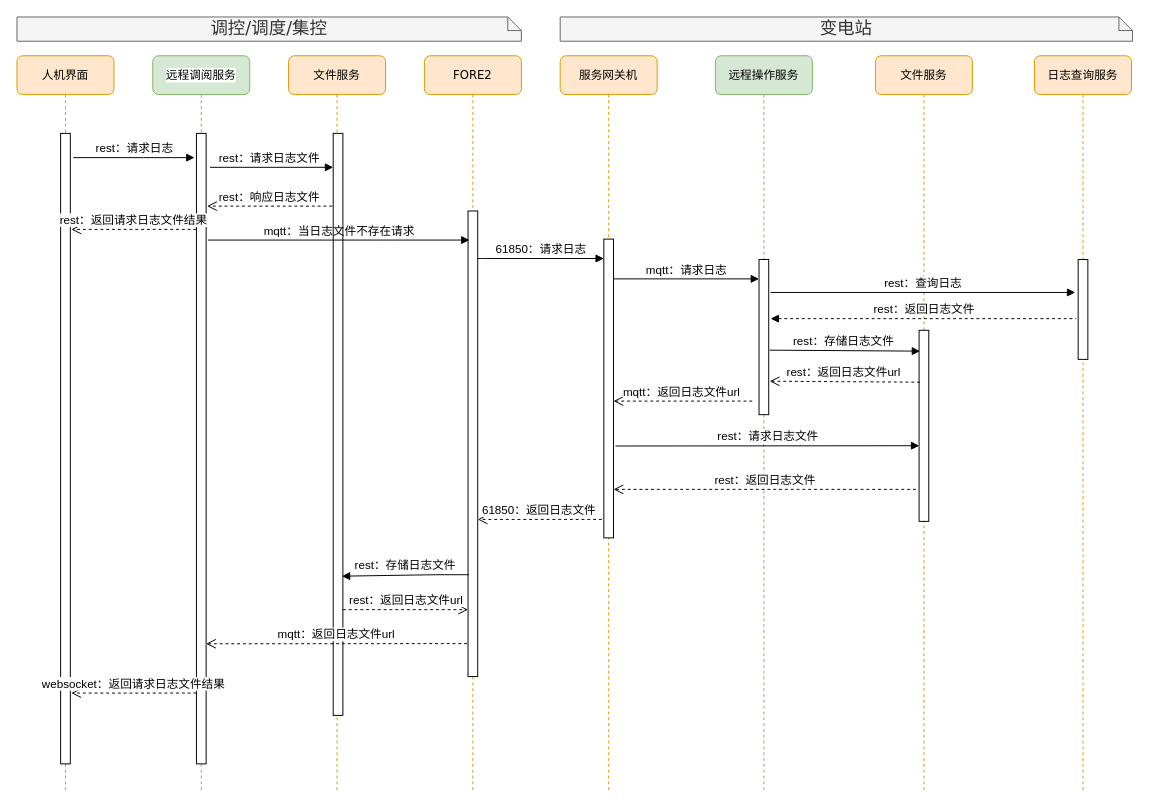
Before: page "故障分析报告调阅" (4 of 4) of 远程服务.drawio in qwe995272801/taowenxiang, a draw.io diagram. Source tidied: cells renumbered, new cells numbered last; positions are measured from the earlier drawing's top-left corner, leaving out a move shared by most shapes. Both pictures are drawn from the tidied source at 97%, with x=0, y=0 at pixel (16, 16).
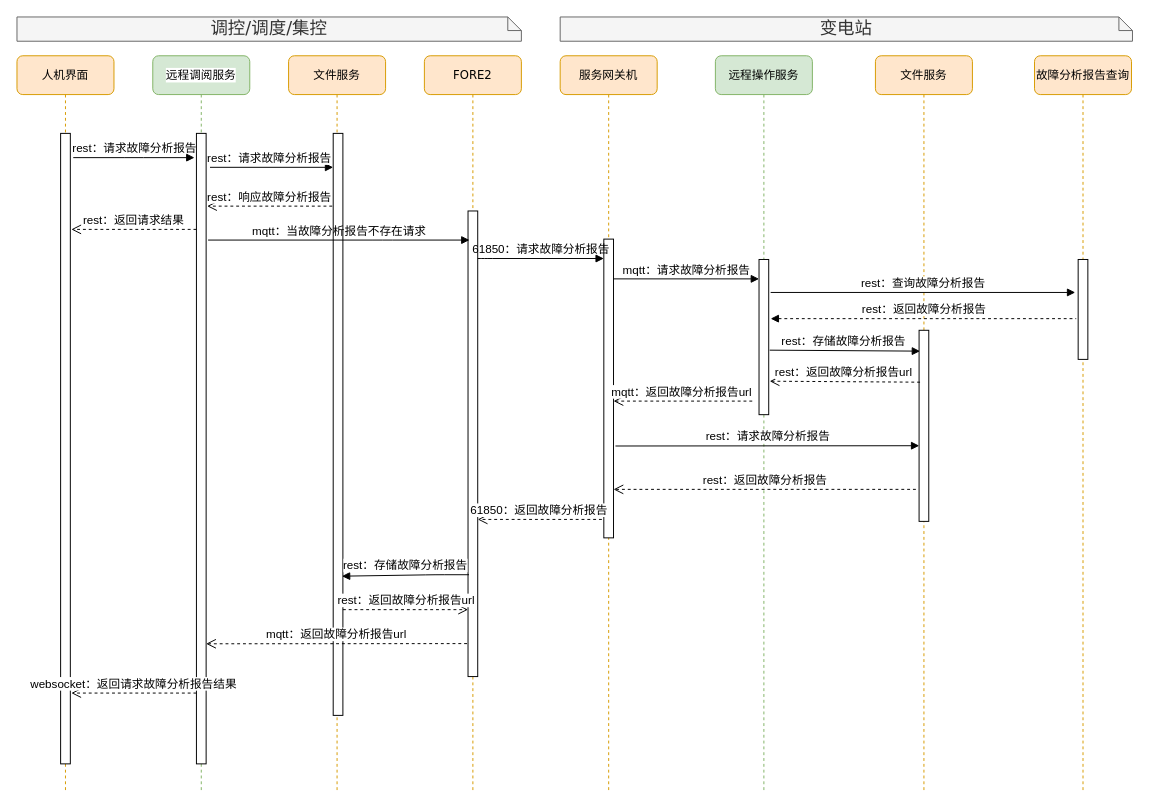
The same page after the edit.

Unchanged cells that the change refers to:
```xml
<mxCell id="20" value="文件服务" style="shape=umlLifeline;perimeter=lifelinePerimeter;whiteSpace=wrap;html=1;rounded=1;shadow=0;comic=0;labelBackgroundColor=none;strokeWidth=1;fontFamily=Verdana;fontSize=12;align=center;fillColor=#ffe6cc;strokeColor=#d79b00;" parent="1" vertex="1">
  <mxGeometry x="280" y="40" width="100" height="760" as="geometry" />
</mxCell>
```

Change to the diagram source:
```diff
@@
-    <mxCell id="14" value="61850：请求日志" style="html=1;verticalAlign=bottom;endArrow=block;labelBackgroundColor=none;fontFamily=Helvetica;fontSize=12;edgeStyle=elbowEdgeStyle;elbow=vertical;" parent="1" edge="1">
+    <mxCell id="14" value="61850：请求故障分析报告" style="html=1;verticalAlign=bottom;endArrow=block;labelBackgroundColor=none;fontFamily=Helvetica;fontSize=12;edgeStyle=elbowEdgeStyle;elbow=vertical;" parent="1" edge="1">
       <mxGeometry relative="1" as="geometry">
         <mxPoint x="475" y="249" as="sourcePoint" />
         <mxPoint x="605" y="249" as="targetPoint" />
         <Array as="points">
           <mxPoint x="480" y="249" />
         </Array>
       </mxGeometry>
     </mxCell>
-    <mxCell id="15" value="rest：请求日志" style="html=1;verticalAlign=bottom;endArrow=block;entryX=0;entryY=0;labelBackgroundColor=none;fontFamily=Helvetica;fontSize=12;edgeStyle=elbowEdgeStyle;elbow=vertical;" parent="1" edge="1">
+    <mxCell id="15" value="rest：请求故障分析报告" style="html=1;verticalAlign=bottom;endArrow=block;entryX=0;entryY=0;labelBackgroundColor=none;fontFamily=Helvetica;fontSize=12;edgeStyle=elbowEdgeStyle;elbow=vertical;" parent="1" edge="1">
       <mxGeometry relative="1" as="geometry">
         <mxPoint x="58" y="145" as="sourcePoint" />
         <mxPoint x="183" y="145" as="targetPoint" />
       </mxGeometry>
     </mxCell>
@@
-    <mxCell id="18" value="mqtt：请求日志" style="html=1;verticalAlign=bottom;endArrow=block;fontFamily=Helvetica;fontSize=12;" parent="1" edge="1">
+    <mxCell id="18" value="mqtt：请求故障分析报告" style="html=1;verticalAlign=bottom;endArrow=block;fontFamily=Helvetica;fontSize=12;" parent="1" edge="1">
       <mxGeometry relative="1" as="geometry">
         <mxPoint x="615" y="270" as="sourcePoint" />
         <mxPoint x="765" y="270" as="targetPoint" />
       </mxGeometry>
     </mxCell>
-    <mxCell id="19" value="rest：返回日志文件" style="html=1;verticalAlign=bottom;endArrow=open;dashed=1;endSize=8;fontFamily=Helvetica;exitX=-0.333;exitY=0.881;exitDx=0;exitDy=0;exitPerimeter=0;fontSize=12;" parent="1" edge="1">
+    <mxCell id="19" value="rest：返回故障分析报告" style="html=1;verticalAlign=bottom;endArrow=open;dashed=1;endSize=8;fontFamily=Helvetica;exitX=-0.333;exitY=0.881;exitDx=0;exitDy=0;exitPerimeter=0;fontSize=12;" parent="1" edge="1">
       <mxGeometry relative="1" as="geometry">
         <mxPoint x="926.7" y="487" as="sourcePoint" />
         <mxPoint x="615" y="487" as="targetPoint" />
       </mxGeometry>
     </mxCell>
@@
-    <mxCell id="22" value="rest：存储日志文件" style="html=1;verticalAlign=bottom;endArrow=block;fontFamily=Helvetica;entryX=0.9;entryY=0.287;entryDx=0;entryDy=0;entryPerimeter=0;fontSize=12;" parent="20" edge="1">
+    <mxCell id="22" value="rest：存储故障分析报告" style="html=1;verticalAlign=bottom;endArrow=block;fontFamily=Helvetica;entryX=0.9;entryY=0.287;entryDx=0;entryDy=0;entryPerimeter=0;fontSize=12;" parent="20" edge="1">
       <mxGeometry relative="1" as="geometry">
         <mxPoint x="186" y="535" as="sourcePoint" />
         <mxPoint x="55" y="536.5" as="targetPoint" />
         <Array as="points">
           <mxPoint x="151" y="535" />
         </Array>
       </mxGeometry>
     </mxCell>
-    <mxCell id="23" value="rest：返回日志文件url" style="html=1;verticalAlign=bottom;endArrow=open;dashed=1;endSize=8;fontFamily=Helvetica;entryX=-0.1;entryY=0.2;entryDx=0;entryDy=0;entryPerimeter=0;fontSize=12;" parent="20" edge="1">
+    <mxCell id="23" value="rest：返回故障分析报告url" style="html=1;verticalAlign=bottom;endArrow=open;dashed=1;endSize=8;fontFamily=Helvetica;entryX=-0.1;entryY=0.2;entryDx=0;entryDy=0;entryPerimeter=0;fontSize=12;" parent="20" edge="1">
       <mxGeometry relative="1" as="geometry">
         <mxPoint x="56" y="571" as="sourcePoint" />
         <mxPoint x="185" y="571" as="targetPoint" />
       </mxGeometry>
     </mxCell>
-    <mxCell id="24" value="rest：响应日志文件" style="html=1;verticalAlign=bottom;endArrow=open;dashed=1;endSize=8;fontFamily=Helvetica;entryX=-0.1;entryY=0.2;entryDx=0;entryDy=0;entryPerimeter=0;fontSize=12;" parent="1" edge="1">
+    <mxCell id="24" value="rest：响应故障分析报告" style="html=1;verticalAlign=bottom;endArrow=open;dashed=1;endSize=8;fontFamily=Helvetica;entryX=-0.1;entryY=0.2;entryDx=0;entryDy=0;entryPerimeter=0;fontSize=12;" parent="1" edge="1">
       <mxGeometry relative="1" as="geometry">
         <mxPoint x="325" y="195" as="sourcePoint" />
         <mxPoint x="196" y="195" as="targetPoint" />
       </mxGeometry>
     </mxCell>
-    <mxCell id="25" value="mqtt：返回日志文件url" style="html=1;verticalAlign=bottom;endArrow=open;dashed=1;endSize=8;fontFamily=Helvetica;exitX=-0.1;exitY=1;exitDx=0;exitDy=0;exitPerimeter=0;entryX=1;entryY=0.81;entryDx=0;entryDy=0;entryPerimeter=0;fontSize=12;" parent="1" edge="1">
+    <mxCell id="25" value="mqtt：返回故障分析报告url" style="html=1;verticalAlign=bottom;endArrow=open;dashed=1;endSize=8;fontFamily=Helvetica;exitX=-0.1;exitY=1;exitDx=0;exitDy=0;exitPerimeter=0;entryX=1;entryY=0.81;entryDx=0;entryDy=0;entryPerimeter=0;fontSize=12;" parent="1" edge="1">
       <mxGeometry relative="1" as="geometry">
         <mxPoint x="464" y="646" as="sourcePoint" />
         <mxPoint x="195" y="646.2" as="targetPoint" />
       </mxGeometry>
     </mxCell>
-    <mxCell id="26" value="websocket：返回请求日志文件结果" style="html=1;verticalAlign=bottom;endArrow=open;dashed=1;endSize=8;fontFamily=Helvetica;entryX=1.1;entryY=0.98;entryDx=0;entryDy=0;entryPerimeter=0;fontSize=12;" parent="1" edge="1">
+    <mxCell id="26" value="websocket：返回请求故障分析报告结果" style="html=1;verticalAlign=bottom;endArrow=open;dashed=1;endSize=8;fontFamily=Helvetica;entryX=1.1;entryY=0.98;entryDx=0;entryDy=0;entryPerimeter=0;fontSize=12;" parent="1" edge="1">
       <mxGeometry relative="1" as="geometry">
         <mxPoint x="185" y="697" as="sourcePoint" />
         <mxPoint x="56" y="697" as="targetPoint" />
       </mxGeometry>
     </mxCell>
-    <mxCell id="27" value="rest：请求日志文件" style="html=1;verticalAlign=bottom;endArrow=block;fontFamily=Helvetica;exitX=1.3;exitY=0.25;exitDx=0;exitDy=0;exitPerimeter=0;fontSize=12;" parent="1" edge="1">
+    <mxCell id="27" value="rest：请求故障分析报告" style="html=1;verticalAlign=bottom;endArrow=block;fontFamily=Helvetica;exitX=1.3;exitY=0.25;exitDx=0;exitDy=0;exitPerimeter=0;fontSize=12;" parent="1" edge="1">
       <mxGeometry x="-0.04" relative="1" as="geometry">
         <mxPoint x="199" y="155" as="sourcePoint" />
         <mxPoint x="326" y="155" as="targetPoint" />
       </mxGeometry>
     </mxCell>
-    <mxCell id="28" value="61850：返回日志文件" style="html=1;verticalAlign=bottom;endArrow=open;dashed=1;endSize=8;fontFamily=Helvetica;entryX=1.2;entryY=0.9;entryDx=0;entryDy=0;entryPerimeter=0;fontSize=12;" parent="1" edge="1">
+    <mxCell id="28" value="61850：返回故障分析报告" style="html=1;verticalAlign=bottom;endArrow=open;dashed=1;endSize=8;fontFamily=Helvetica;entryX=1.2;entryY=0.9;entryDx=0;entryDy=0;entryPerimeter=0;fontSize=12;" parent="1" edge="1">
       <mxGeometry x="0.02" relative="1" as="geometry">
         <mxPoint x="603" y="518" as="sourcePoint" />
         <mxPoint x="475" y="518" as="targetPoint" />
       </mxGeometry>
     </mxCell>
-    <mxCell id="29" value="mqtt：返回日志文件url" style="html=1;verticalAlign=bottom;endArrow=open;dashed=1;endSize=8;fontFamily=Helvetica;entryX=1.2;entryY=0.9;entryDx=0;entryDy=0;entryPerimeter=0;fontSize=12;" parent="1" edge="1">
+    <mxCell id="29" value="mqtt：返回故障分析报告url" style="html=1;verticalAlign=bottom;endArrow=open;dashed=1;endSize=8;fontFamily=Helvetica;entryX=1.2;entryY=0.9;entryDx=0;entryDy=0;entryPerimeter=0;fontSize=12;" parent="1" edge="1">
       <mxGeometry x="0.02" relative="1" as="geometry">
         <mxPoint x="758" y="396" as="sourcePoint" />
         <mxPoint x="615" y="396" as="targetPoint" />
       </mxGeometry>
     </mxCell>
-    <mxCell id="30" value="rest：请求日志文件" style="html=1;verticalAlign=bottom;endArrow=block;fontFamily=Helvetica;entryX=-0.083;entryY=0.512;entryDx=0;entryDy=0;entryPerimeter=0;fontSize=12;" parent="1" edge="1">
+    <mxCell id="30" value="rest：请求故障分析报告" style="html=1;verticalAlign=bottom;endArrow=block;fontFamily=Helvetica;entryX=-0.083;entryY=0.512;entryDx=0;entryDy=0;entryPerimeter=0;fontSize=12;" parent="1" edge="1">
       <mxGeometry relative="1" as="geometry">
         <mxPoint x="617" y="442.3" as="sourcePoint" />
         <mxPoint x="930.2" y="442" as="targetPoint" />
       </mxGeometry>
     </mxCell>
-    <mxCell id="31" value="mqtt：当日志文件不存在请求" style="html=1;verticalAlign=bottom;endArrow=block;labelBackgroundColor=none;fontFamily=Helvetica;fontSize=12;edgeStyle=elbowEdgeStyle;elbow=vertical;" parent="1" edge="1">
+    <mxCell id="31" value="mqtt：当故障分析报告不存在请求" style="html=1;verticalAlign=bottom;endArrow=block;labelBackgroundColor=none;fontFamily=Helvetica;fontSize=12;edgeStyle=elbowEdgeStyle;elbow=vertical;" parent="1" edge="1">
       <mxGeometry relative="1" as="geometry">
         <mxPoint x="197" y="230" as="sourcePoint" />
         <mxPoint x="466.5" y="230" as="targetPoint" />
         <Array as="points">
           <mxPoint x="377" y="230" />
           <mxPoint x="217" y="280" />
           <mxPoint x="207" y="280" />
         </Array>
       </mxGeometry>
     </mxCell>
-    <mxCell id="32" value="rest：查询日志" style="html=1;verticalAlign=bottom;endArrow=block;fontFamily=Helvetica;fontSize=12;entryX=-0.3;entryY=0.152;entryDx=0;entryDy=0;entryPerimeter=0;" parent="1" edge="1">
+    <mxCell id="32" value="rest：查询故障分析报告" style="html=1;verticalAlign=bottom;endArrow=block;fontFamily=Helvetica;fontSize=12;entryX=-0.3;entryY=0.152;entryDx=0;entryDy=0;entryPerimeter=0;" parent="1" edge="1">
       <mxGeometry relative="1" as="geometry">
         <mxPoint x="777" y="284" as="sourcePoint" />
         <mxPoint x="1091" y="284" as="targetPoint" />
       </mxGeometry>
     </mxCell>
-    <mxCell id="33" value="rest：返回日志文件url" style="html=1;verticalAlign=bottom;endArrow=open;dashed=1;endSize=8;fontFamily=Helvetica;entryX=1.2;entryY=0.9;entryDx=0;entryDy=0;entryPerimeter=0;fontSize=12;exitX=0;exitY=0.515;exitDx=0;exitDy=0;exitPerimeter=0;" parent="1" edge="1">
+    <mxCell id="33" value="rest：返回故障分析报告url" style="html=1;verticalAlign=bottom;endArrow=open;dashed=1;endSize=8;fontFamily=Helvetica;entryX=1.2;entryY=0.9;entryDx=0;entryDy=0;entryPerimeter=0;fontSize=12;exitX=0;exitY=0.515;exitDx=0;exitDy=0;exitPerimeter=0;" parent="1" edge="1">
       <mxGeometry x="0.02" relative="1" as="geometry">
         <mxPoint x="931" y="376.5" as="sourcePoint" />
         <mxPoint x="776" y="375.5" as="targetPoint" />
       </mxGeometry>
     </mxCell>
-    <mxCell id="34" value="日志查询服务" style="shape=umlLifeline;perimeter=lifelinePerimeter;whiteSpace=wrap;html=1;rounded=1;shadow=0;comic=0;labelBackgroundColor=none;strokeWidth=1;fontFamily=Verdana;fontSize=12;align=center;fillColor=#ffe6cc;strokeColor=#d79b00;" parent="1" vertex="1">
+    <mxCell id="34" value="故障分析报告查询" style="shape=umlLifeline;perimeter=lifelinePerimeter;whiteSpace=wrap;html=1;rounded=1;shadow=0;comic=0;labelBackgroundColor=none;strokeWidth=1;fontFamily=Verdana;fontSize=12;align=center;fillColor=#ffe6cc;strokeColor=#d79b00;" parent="1" vertex="1">
       <mxGeometry x="1049" y="40" width="100" height="760" as="geometry" />
     </mxCell>
@@
-    <mxCell id="36" value="rest：返回日志文件" style="html=1;verticalAlign=bottom;endArrow=none;fontFamily=Helvetica;fontSize=12;startArrow=block;startFill=1;endFill=0;dashed=1;" parent="1" edge="1">
+    <mxCell id="36" value="rest：返回故障分析报告" style="html=1;verticalAlign=bottom;endArrow=none;fontFamily=Helvetica;fontSize=12;startArrow=block;startFill=1;endFill=0;dashed=1;" parent="1" edge="1">
       <mxGeometry relative="1" as="geometry">
         <mxPoint x="777" y="311" as="sourcePoint" />
         <mxPoint x="1092" y="311" as="targetPoint" />
       </mxGeometry>
     </mxCell>
-    <mxCell id="37" value="rest：存储日志文件" style="html=1;verticalAlign=bottom;endArrow=none;endSize=8;fontFamily=Helvetica;entryX=1.2;entryY=0.9;entryDx=0;entryDy=0;entryPerimeter=0;fontSize=12;exitX=0;exitY=0.515;exitDx=0;exitDy=0;exitPerimeter=0;endFill=0;startArrow=block;startFill=1;" parent="1" edge="1">
+    <mxCell id="37" value="rest：存储故障分析报告" style="html=1;verticalAlign=bottom;endArrow=none;endSize=8;fontFamily=Helvetica;entryX=1.2;entryY=0.9;entryDx=0;entryDy=0;entryPerimeter=0;fontSize=12;exitX=0;exitY=0.515;exitDx=0;exitDy=0;exitPerimeter=0;endFill=0;startArrow=block;startFill=1;" parent="1" edge="1">
       <mxGeometry x="0.02" relative="1" as="geometry">
         <mxPoint x="931" y="344.5" as="sourcePoint" />
         <mxPoint x="776" y="343.5" as="targetPoint" />
       </mxGeometry>
     </mxCell>
-    <mxCell id="38" value="rest：返回请求日志文件结果" style="html=1;verticalAlign=bottom;endArrow=open;dashed=1;endSize=8;fontFamily=Helvetica;entryX=1.1;entryY=0.98;entryDx=0;entryDy=0;entryPerimeter=0;fontSize=12;" parent="1" edge="1">
+    <mxCell id="38" value="rest：返回请求结果" style="html=1;verticalAlign=bottom;endArrow=open;dashed=1;endSize=8;fontFamily=Helvetica;entryX=1.1;entryY=0.98;entryDx=0;entryDy=0;entryPerimeter=0;fontSize=12;" parent="1" edge="1">
       <mxGeometry relative="1" as="geometry">
         <mxPoint x="185" y="219" as="sourcePoint" />
         <mxPoint x="56" y="219" as="targetPoint" />
       </mxGeometry>
     </mxCell>
```
